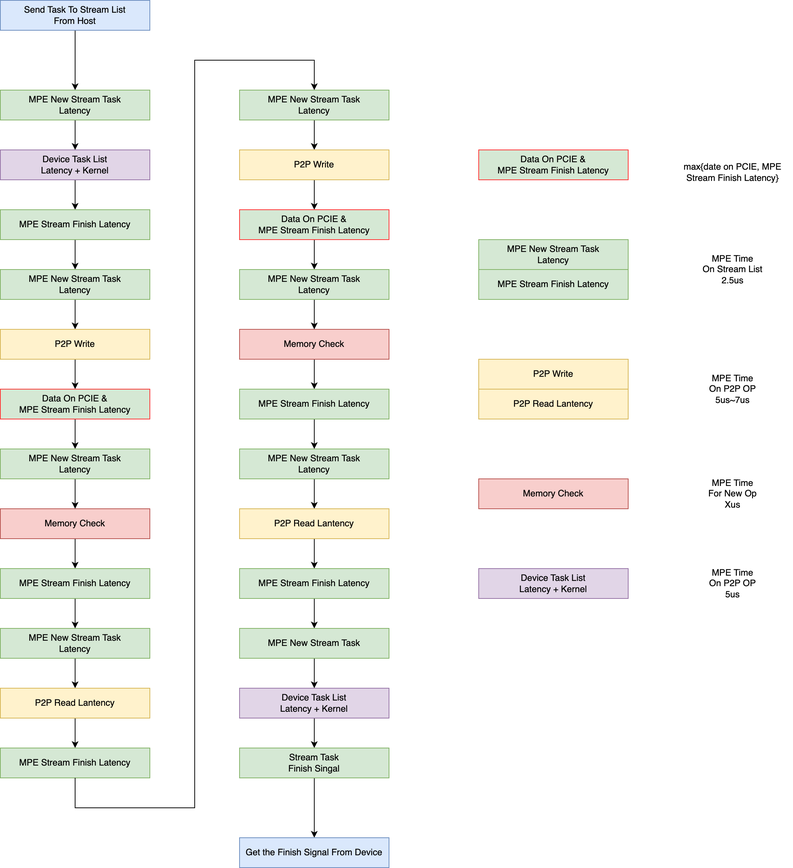
Above: TCCL_PIC/DeviceSyncLatencyAnalysis.drawio.png in BEYHHH/SBLP (draw.io), before the change. Source tidied: cells renumbered, new cells last; positions are measured from the earlier drawing's top-left corner, leaving out a move shared by most shapes.
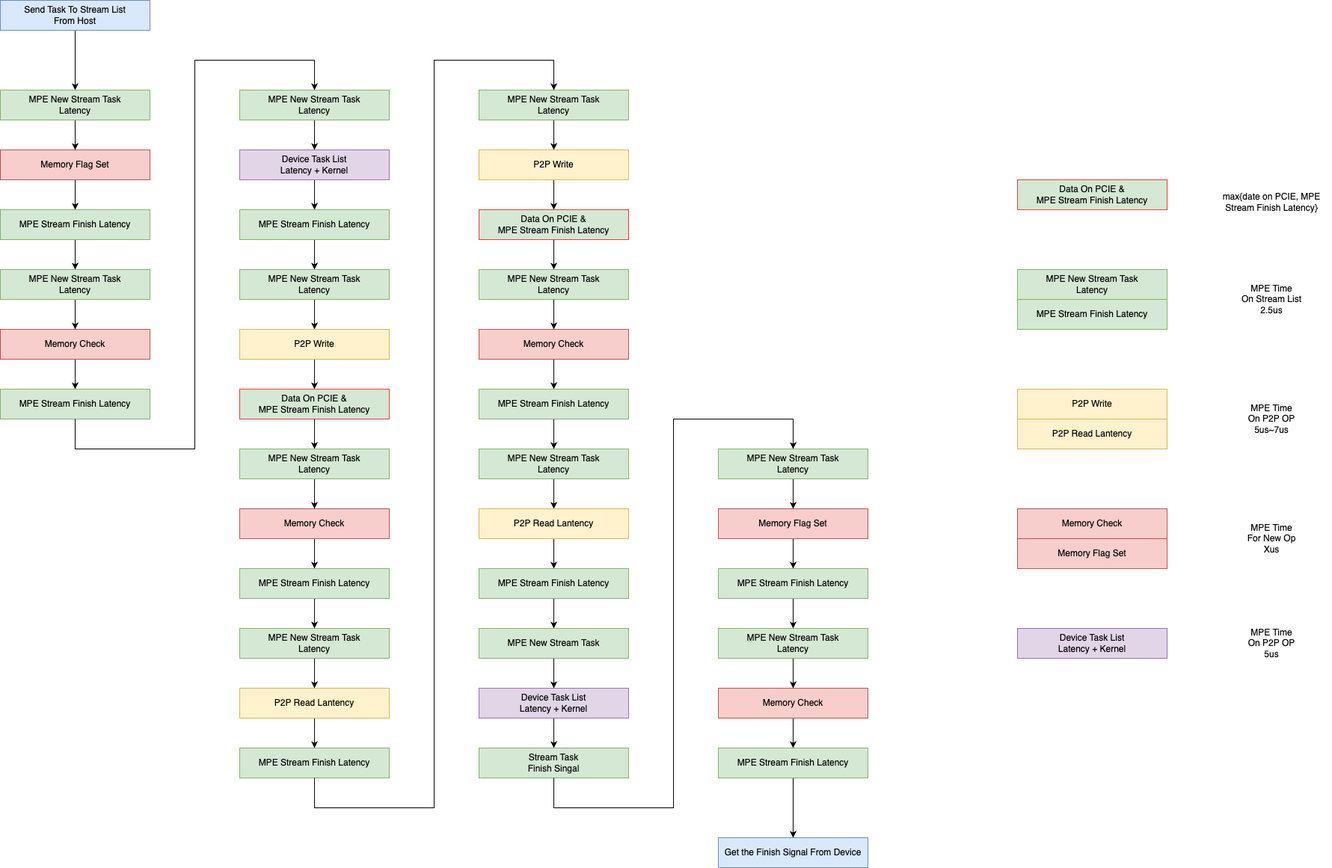
After the commit.

What changed in the source:
```diff
@@ -131,9 +131,6 @@
     <mxCell id="44" value="Device Task List&lt;br&gt;Latency + Kernel" style="rounded=0;whiteSpace=wrap;html=1;fillColor=#e1d5e7;strokeColor=#9673a6;" parent="1" vertex="1">
       <mxGeometry x="320" y="920" width="200" height="40" as="geometry" />
     </mxCell>
-    <mxCell id="45" style="edgeStyle=orthogonalEdgeStyle;rounded=0;jettySize=auto;html=1;" parent="1" edge="1" source="46" target="51">
-      <mxGeometry relative="1" as="geometry" />
-    </mxCell>
     <mxCell id="46" value="Stream Task &lt;br&gt;Finish Singal" style="rounded=0;whiteSpace=wrap;html=1;fillColor=#d5e8d4;strokeColor=#82b366;" parent="1" vertex="1">
       <mxGeometry x="320" y="1000" width="200" height="40" as="geometry" />
     </mxCell>
@@ -143,14 +140,14 @@
     <mxCell id="48" value="MPE New Stream Task" style="rounded=0;whiteSpace=wrap;html=1;fillColor=#d5e8d4;strokeColor=#82b366;" parent="1" vertex="1">
       <mxGeometry x="320" y="840" width="200" height="40" as="geometry" />
     </mxCell>
-    <mxCell id="49" style="edgeStyle=orthogonalEdgeStyle;rounded=0;jettySize=auto;html=1;" parent="1" edge="1" source="50" target="23">
-      <mxGeometry relative="1" as="geometry" />
-    </mxCell>
+    <mxCell id="65" style="edgeStyle=orthogonalEdgeStyle;rounded=0;jettySize=auto;html=1;" parent="1" edge="1" source="50" target="69">
+      <mxGeometry relative="1" as="geometry" />
+    </mxCell>
     <mxCell id="50" value="Send Task To Stream List&lt;br&gt;From Host" style="rounded=0;whiteSpace=wrap;html=1;fillColor=#dae8fc;strokeColor=#6c8ebf;" parent="1" vertex="1">
-      <mxGeometry width="200" height="40" as="geometry" />
+      <mxGeometry x="-320" width="200" height="40" as="geometry" />
     </mxCell>
     <mxCell id="51" value="Get the Finish Signal From Device" style="rounded=0;whiteSpace=wrap;html=1;fillColor=#dae8fc;strokeColor=#6c8ebf;" parent="1" vertex="1">
-      <mxGeometry x="320" y="1120" width="200" height="40" as="geometry" />
+      <mxGeometry x="640" y="1120" width="200" height="40" as="geometry" />
     </mxCell>
     <mxCell id="52" style="endArrow=classic;html=1;rounded=0;exitX=0.5;exitY=1;exitDx=0;exitDy=0;entryX=0.5;entryY=0;entryDx=0;entryDy=0;" parent="1" edge="1" source="24" target="26">
       <mxGeometry relative="1" as="geometry">
@@ -163,40 +160,132 @@
       </mxGeometry>
     </mxCell>
     <mxCell id="53" value="Data On PCIE &amp;amp; &lt;br&gt;MPE Stream Finish Latency" style="rounded=0;whiteSpace=wrap;html=1;fillColor=#d5e8d4;strokeColor=#FF3333;" parent="1" vertex="1">
-      <mxGeometry x="640" y="200" width="200" height="40" as="geometry" />
+      <mxGeometry x="1040" y="240" width="200" height="40" as="geometry" />
     </mxCell>
     <mxCell id="54" value="max{date on PCIE, MPE Stream Finish Latency}" style="text;html=1;strokeColor=none;fillColor=none;align=center;verticalAlign=middle;whiteSpace=wrap;rounded=0;" parent="1" vertex="1">
-      <mxGeometry x="900" y="200" width="160" height="60" as="geometry" />
+      <mxGeometry x="1300" y="240" width="160" height="60" as="geometry" />
     </mxCell>
     <mxCell id="55" value="MPE New Stream Task&lt;br style=&quot;border-color: var(--border-color);&quot;&gt;Latency" style="rounded=0;whiteSpace=wrap;html=1;fillColor=#d5e8d4;strokeColor=#82b366;" parent="1" vertex="1">
-      <mxGeometry x="640" y="320" width="200" height="40" as="geometry" />
+      <mxGeometry x="1040" y="360" width="200" height="40" as="geometry" />
     </mxCell>
     <mxCell id="56" value="MPE Time &lt;br&gt;On Stream List&lt;br&gt;2.5us" style="text;html=1;strokeColor=none;fillColor=none;align=center;verticalAlign=middle;whiteSpace=wrap;rounded=0;" parent="1" vertex="1">
-      <mxGeometry x="920" y="340" width="120" height="40" as="geometry" />
+      <mxGeometry x="1320" y="380" width="120" height="40" as="geometry" />
     </mxCell>
     <mxCell id="57" value="MPE Stream Finish Latency" style="rounded=0;whiteSpace=wrap;html=1;fillColor=#d5e8d4;strokeColor=#82b366;" parent="1" vertex="1">
-      <mxGeometry x="640" y="360" width="200" height="40" as="geometry" />
+      <mxGeometry x="1040" y="400" width="200" height="40" as="geometry" />
     </mxCell>
     <mxCell id="58" value="P2P Write" style="rounded=0;whiteSpace=wrap;html=1;fillColor=#fff2cc;strokeColor=#d6b656;" parent="1" vertex="1">
-      <mxGeometry x="640" y="480" width="200" height="40" as="geometry" />
+      <mxGeometry x="1040" y="520" width="200" height="40" as="geometry" />
     </mxCell>
     <mxCell id="59" value="MPE Time &lt;br&gt;On P2P OP&lt;br&gt;5us~7us" style="text;html=1;strokeColor=none;fillColor=none;align=center;verticalAlign=middle;whiteSpace=wrap;rounded=0;" parent="1" vertex="1">
-      <mxGeometry x="920" y="500" width="120" height="40" as="geometry" />
+      <mxGeometry x="1320" y="540" width="120" height="40" as="geometry" />
     </mxCell>
     <mxCell id="60" value="Memory Check" style="rounded=0;whiteSpace=wrap;html=1;fillColor=#f8cecc;strokeColor=#b85450;" parent="1" vertex="1">
-      <mxGeometry x="640" y="640" width="200" height="40" as="geometry" />
+      <mxGeometry x="1040" y="680" width="200" height="40" as="geometry" />
     </mxCell>
     <mxCell id="61" value="MPE Time &lt;br&gt;For New Op&lt;br&gt;Xus" style="text;html=1;strokeColor=none;fillColor=none;align=center;verticalAlign=middle;whiteSpace=wrap;rounded=0;" parent="1" vertex="1">
-      <mxGeometry x="920" y="640" width="120" height="40" as="geometry" />
+      <mxGeometry x="1320" y="700" width="120" height="40" as="geometry" />
     </mxCell>
     <mxCell id="62" value="MPE Time &lt;br&gt;On P2P OP &lt;br&gt;5us" style="text;html=1;strokeColor=none;fillColor=none;align=center;verticalAlign=middle;whiteSpace=wrap;rounded=0;" parent="1" vertex="1">
-      <mxGeometry x="920" y="760" width="120" height="40" as="geometry" />
+      <mxGeometry x="1320" y="840" width="120" height="40" as="geometry" />
     </mxCell>
     <mxCell id="63" value="P2P Read Lantency" style="rounded=0;whiteSpace=wrap;html=1;fillColor=#fff2cc;strokeColor=#d6b656;" parent="1" vertex="1">
-      <mxGeometry x="640" y="520" width="200" height="40" as="geometry" />
+      <mxGeometry x="1040" y="560" width="200" height="40" as="geometry" />
     </mxCell>
     <mxCell id="64" value="Device Task List&lt;br&gt;Latency + Kernel" style="rounded=0;whiteSpace=wrap;html=1;fillColor=#e1d5e7;strokeColor=#9673a6;" parent="1" vertex="1">
-      <mxGeometry x="640" y="760" width="200" height="40" as="geometry" />
+      <mxGeometry x="1040" y="840" width="200" height="40" as="geometry" />
     </mxCell>
+    <mxCell id="66" style="edgeStyle=orthogonalEdgeStyle;rounded=0;jettySize=auto;html=1;" parent="1" edge="1" source="67" target="71">
+      <mxGeometry relative="1" as="geometry" />
+    </mxCell>
+    <mxCell id="67" value="Memory Flag Set" style="rounded=0;whiteSpace=wrap;html=1;fillColor=#f8cecc;strokeColor=#b85450;" parent="1" vertex="1">
+      <mxGeometry x="-320" y="200" width="200" height="40" as="geometry" />
+    </mxCell>
+    <mxCell id="68" style="edgeStyle=orthogonalEdgeStyle;rounded=0;jettySize=auto;html=1;" parent="1" edge="1" source="69" target="67">
+      <mxGeometry relative="1" as="geometry" />
+    </mxCell>
+    <mxCell id="69" value="MPE New Stream Task&lt;br style=&quot;border-color: var(--border-color);&quot;&gt;Latency" style="rounded=0;whiteSpace=wrap;html=1;fillColor=#d5e8d4;strokeColor=#82b366;" parent="1" vertex="1">
+      <mxGeometry x="-320" y="120" width="200" height="40" as="geometry" />
+    </mxCell>
+    <mxCell id="70" style="edgeStyle=orthogonalEdgeStyle;rounded=0;jettySize=auto;html=1;" parent="1" edge="1" source="71" target="75">
+      <mxGeometry relative="1" as="geometry" />
+    </mxCell>
+    <mxCell id="71" value="MPE Stream Finish Latency" style="rounded=0;whiteSpace=wrap;html=1;fillColor=#d5e8d4;strokeColor=#82b366;" parent="1" vertex="1">
+      <mxGeometry x="-320" y="280" width="200" height="40" as="geometry" />
+    </mxCell>
+    <mxCell id="72" style="edgeStyle=orthogonalEdgeStyle;rounded=0;jettySize=auto;html=1;" parent="1" edge="1" source="73" target="76">
+      <mxGeometry relative="1" as="geometry" />
+    </mxCell>
+    <mxCell id="73" value="Memory Check" style="rounded=0;whiteSpace=wrap;html=1;fillColor=#f8cecc;strokeColor=#b85450;" parent="1" vertex="1">
+      <mxGeometry x="-320" y="440" width="200" height="40" as="geometry" />
+    </mxCell>
+    <mxCell id="74" style="edgeStyle=orthogonalEdgeStyle;rounded=0;jettySize=auto;html=1;" parent="1" edge="1" source="75" target="73">
+      <mxGeometry relative="1" as="geometry" />
+    </mxCell>
+    <mxCell id="75" value="MPE New Stream Task&lt;br style=&quot;border-color: var(--border-color);&quot;&gt;Latency" style="rounded=0;whiteSpace=wrap;html=1;fillColor=#d5e8d4;strokeColor=#82b366;" parent="1" vertex="1">
+      <mxGeometry x="-320" y="360" width="200" height="40" as="geometry" />
+    </mxCell>
+    <mxCell id="76" value="MPE Stream Finish Latency" style="rounded=0;whiteSpace=wrap;html=1;fillColor=#d5e8d4;strokeColor=#82b366;" parent="1" vertex="1">
+      <mxGeometry x="-320" y="520" width="200" height="40" as="geometry" />
+    </mxCell>
+    <mxCell id="77" style="endArrow=classic;html=1;rounded=0;exitX=0.5;exitY=1;exitDx=0;exitDy=0;entryX=0.5;entryY=0;entryDx=0;entryDy=0;" parent="1" edge="1" source="76" target="23">
+      <mxGeometry relative="1" as="geometry">
+        <Array as="points">
+          <mxPoint x="-220" y="600" />
+          <mxPoint x="-60" y="600" />
+          <mxPoint x="-60" y="80" />
+          <mxPoint x="100" y="80" />
+        </Array>
+      </mxGeometry>
+    </mxCell>
+    <mxCell id="78" value="Memory Flag Set" style="rounded=0;whiteSpace=wrap;html=1;fillColor=#f8cecc;strokeColor=#b85450;" parent="1" vertex="1">
+      <mxGeometry x="1040" y="720" width="200" height="40" as="geometry" />
+    </mxCell>
+    <mxCell id="79" style="edgeStyle=orthogonalEdgeStyle;rounded=0;jettySize=auto;html=1;" parent="1" edge="1" source="80" target="84">
+      <mxGeometry relative="1" as="geometry" />
+    </mxCell>
+    <mxCell id="80" value="Memory Flag Set" style="rounded=0;whiteSpace=wrap;html=1;fillColor=#f8cecc;strokeColor=#b85450;" parent="1" vertex="1">
+      <mxGeometry x="640" y="680" width="200" height="40" as="geometry" />
+    </mxCell>
+    <mxCell id="81" style="edgeStyle=orthogonalEdgeStyle;rounded=0;jettySize=auto;html=1;" parent="1" edge="1" source="82" target="80">
+      <mxGeometry relative="1" as="geometry" />
+    </mxCell>
+    <mxCell id="82" value="MPE New Stream Task&lt;br style=&quot;border-color: var(--border-color);&quot;&gt;Latency" style="rounded=0;whiteSpace=wrap;html=1;fillColor=#d5e8d4;strokeColor=#82b366;" parent="1" vertex="1">
+      <mxGeometry x="640" y="600" width="200" height="40" as="geometry" />
+    </mxCell>
+    <mxCell id="83" style="edgeStyle=orthogonalEdgeStyle;rounded=0;jettySize=auto;html=1;" parent="1" edge="1" source="84" target="88">
+      <mxGeometry relative="1" as="geometry" />
+    </mxCell>
+    <mxCell id="84" value="MPE Stream Finish Latency" style="rounded=0;whiteSpace=wrap;html=1;fillColor=#d5e8d4;strokeColor=#82b366;" parent="1" vertex="1">
+      <mxGeometry x="640" y="760" width="200" height="40" as="geometry" />
+    </mxCell>
+    <mxCell id="85" style="edgeStyle=orthogonalEdgeStyle;rounded=0;jettySize=auto;html=1;" parent="1" edge="1" source="86" target="90">
+      <mxGeometry relative="1" as="geometry" />
+    </mxCell>
+    <mxCell id="86" value="Memory Check" style="rounded=0;whiteSpace=wrap;html=1;fillColor=#f8cecc;strokeColor=#b85450;" parent="1" vertex="1">
+      <mxGeometry x="640" y="920" width="200" height="40" as="geometry" />
+    </mxCell>
+    <mxCell id="87" style="edgeStyle=orthogonalEdgeStyle;rounded=0;jettySize=auto;html=1;" parent="1" edge="1" source="88" target="86">
+      <mxGeometry relative="1" as="geometry" />
+    </mxCell>
+    <mxCell id="88" value="MPE New Stream Task&lt;br style=&quot;border-color: var(--border-color);&quot;&gt;Latency" style="rounded=0;whiteSpace=wrap;html=1;fillColor=#d5e8d4;strokeColor=#82b366;" parent="1" vertex="1">
+      <mxGeometry x="640" y="840" width="200" height="40" as="geometry" />
+    </mxCell>
+    <mxCell id="89" style="edgeStyle=orthogonalEdgeStyle;rounded=0;jettySize=auto;html=1;" parent="1" edge="1" source="90" target="51">
+      <mxGeometry relative="1" as="geometry" />
+    </mxCell>
+    <mxCell id="90" value="MPE Stream Finish Latency" style="rounded=0;whiteSpace=wrap;html=1;fillColor=#d5e8d4;strokeColor=#82b366;" parent="1" vertex="1">
+      <mxGeometry x="640" y="1000" width="200" height="40" as="geometry" />
+    </mxCell>
+    <mxCell id="91" style="endArrow=classic;html=1;rounded=0;exitX=0.5;exitY=1;exitDx=0;exitDy=0;entryX=0.5;entryY=0;entryDx=0;entryDy=0;" parent="1" edge="1" source="46" target="82">
+      <mxGeometry relative="1" as="geometry">
+        <Array as="points">
+          <mxPoint x="420" y="1080" />
+          <mxPoint x="580" y="1080" />
+          <mxPoint x="580" y="560" />
+          <mxPoint x="740" y="560" />
+        </Array>
+      </mxGeometry>
+    </mxCell>
   </root>
 </mxGraphModel>
```
